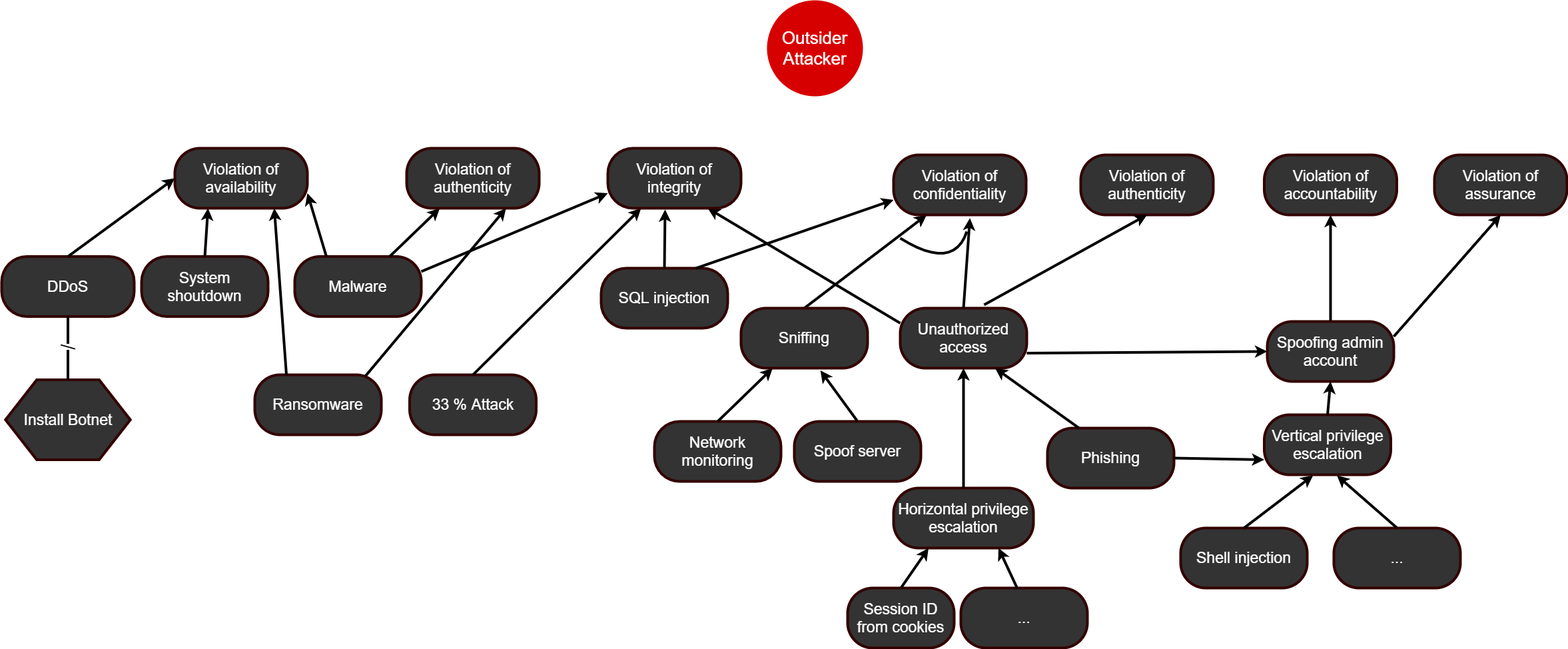
marzdeveloper/SoftwareCybersecurity keeps this draw.io diagram as png/Outsider attack trees.png. Above is the earlier version. Source tidied: cells renumbered, new cells last; positions are measured from the earlier drawing's top-left corner, leaving out a move shared by most shapes.
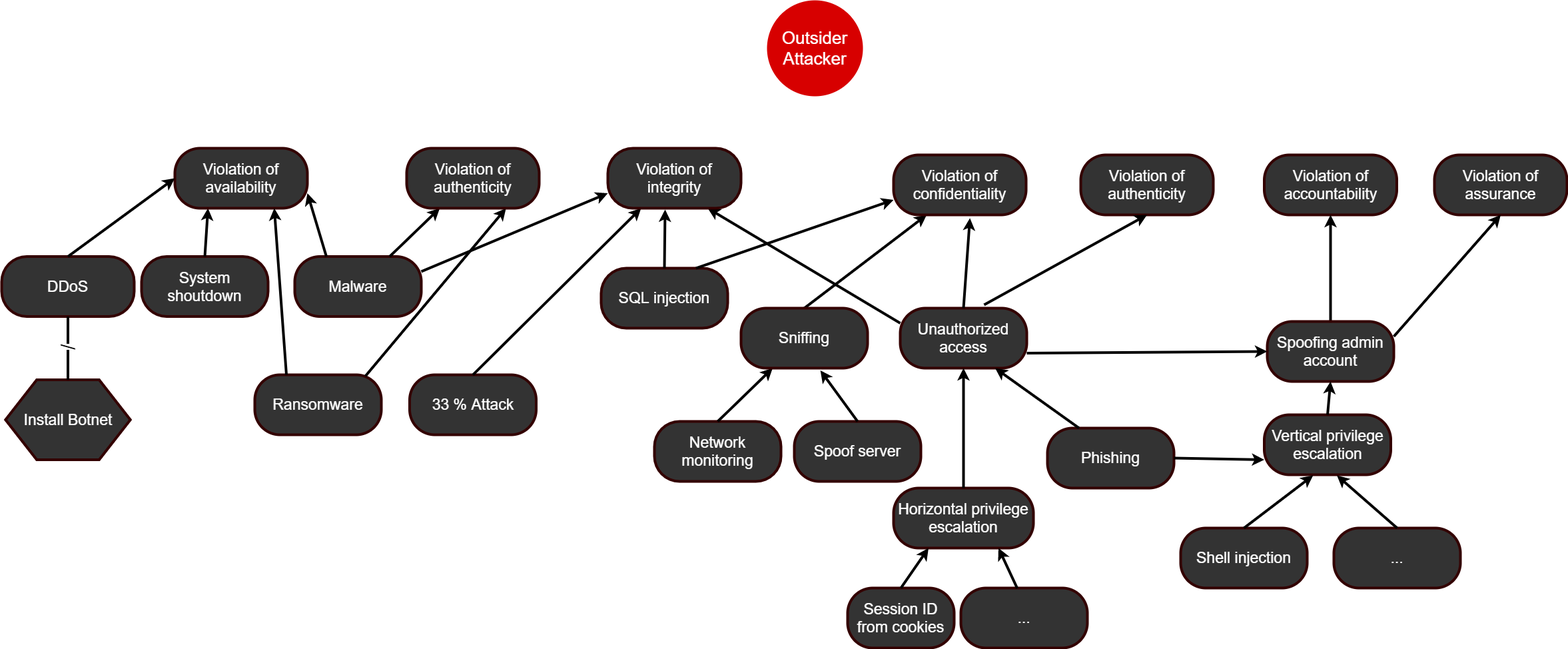
After the commit.

The edit, as a diff of the source:
```diff
@@ -37,15 +37,6 @@
     <mxCell id="12" style="endArrow=classic;html=1;strokeColor=#000000;strokeWidth=4;fontColor=#FFD966;entryX=0.75;entryY=1;entryDx=0;entryDy=0;exitX=0;exitY=0.25;exitDx=0;exitDy=0;" parent="1" edge="1" source="8" target="53">
       <mxGeometry relative="1" as="geometry" />
     </mxCell>
-    <mxCell id="13" style="endArrow=none;html=1;strokeColor=#000000;strokeWidth=4;fontColor=#FFD966;curved=1;" parent="1" edge="1">
-      <mxGeometry relative="1" as="geometry">
-        <mxPoint x="1349" y="355" as="sourcePoint" />
-        <mxPoint x="1449" y="345" as="targetPoint" />
-        <Array as="points">
-          <mxPoint x="1429" y="405" />
-        </Array>
-      </mxGeometry>
-    </mxCell>
     <mxCell id="14" style="endArrow=classic;html=1;strokeColor=#000000;strokeWidth=4;fontColor=#FFD966;exitX=0.5;exitY=0;exitDx=0;exitDy=0;entryX=0.25;entryY=1;entryDx=0;entryDy=0;" parent="1" edge="1" source="9" target="54">
       <mxGeometry relative="1" as="geometry" />
     </mxCell>
```
